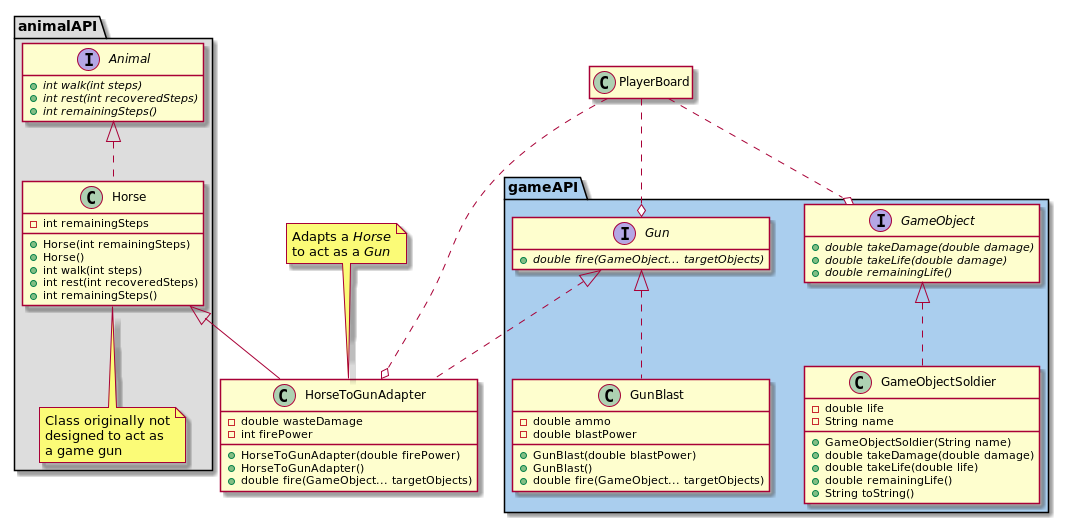
Earlier version of the PlantUML export DesignPatternsElementsOfReusableObjectOrientesSoftware/Chapter04/Adapter/image/code_class_design_class_adapter.png (lealceldeiro/gems). Its diagram source:
```plantuml
@startuml
package animalAPI #DDDDDD {
    interface Animal {
        + {abstract} int walk(int steps)
        + {abstract} int rest(int recoveredSteps)
        + {abstract} int remainingSteps()
    }

    class Horse implements Animal {
        - int remainingSteps

        + Horse(int remainingSteps)
        + Horse()
        + int walk(int steps)
        + int rest(int recoveredSteps)
        + int remainingSteps()
    }

    note bottom of Horse : Class originally not\ndesigned to act as\na game gun
}

package gameAPI #aaceee {
    interface GameObject {
        + {abstract} double takeDamage(double damage)
        + {abstract} double takeLife(double damage)
        + {abstract} double remainingLife()
    }

    class GameObjectSoldier implements GameObject {
        - double life
        - String name

        + GameObjectSoldier(String name)
        + double takeDamage(double damage)
        + double takeLife(double life)
        + double remainingLife()
        + String toString()
    }

    interface Gun {
        + {abstract} double fire(GameObject... targetObjects)
    }
    class GunBlast implements Gun {
        - double ammo
        - double blastPower

        + GunBlast(double blastPower)
        + GunBlast()
        + double fire(GameObject... targetObjects)
    }
}

class HorseToGunAdapter extends Horse implements Gun {
    - double wasteDamage
    - int firePower

    + HorseToGunAdapter(double firePower)
    + HorseToGunAdapter()
    + double fire(GameObject... targetObjects)
}

note top of HorseToGunAdapter : Adapts a <i>Horse</i>\nto act as a <i>Gun</i>

class PlayerBoard

PlayerBoard ..o HorseToGunAdapter
PlayerBoard ..o Gun
PlayerBoard ..o GameObject

hide empty members
@enduml
```
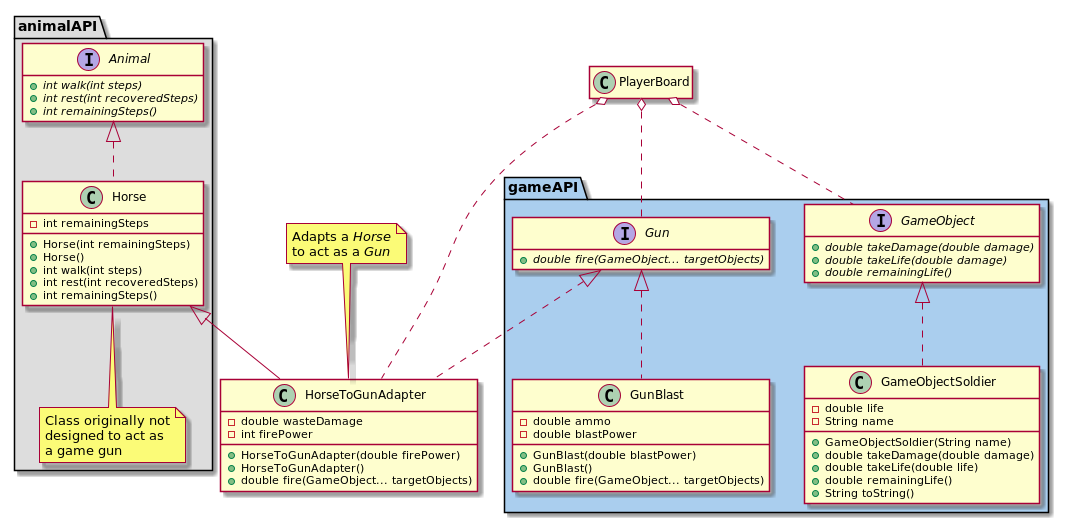
After the change.

Commit message:
Update class design images

What changed in the source:
```diff
@@ -63,9 +63,9 @@
 
 class PlayerBoard
 
-PlayerBoard ..o HorseToGunAdapter
-PlayerBoard ..o Gun
-PlayerBoard ..o GameObject
+PlayerBoard o.. HorseToGunAdapter
+PlayerBoard o.. Gun
+PlayerBoard o.. GameObject
 
 hide empty members
 @enduml
```
